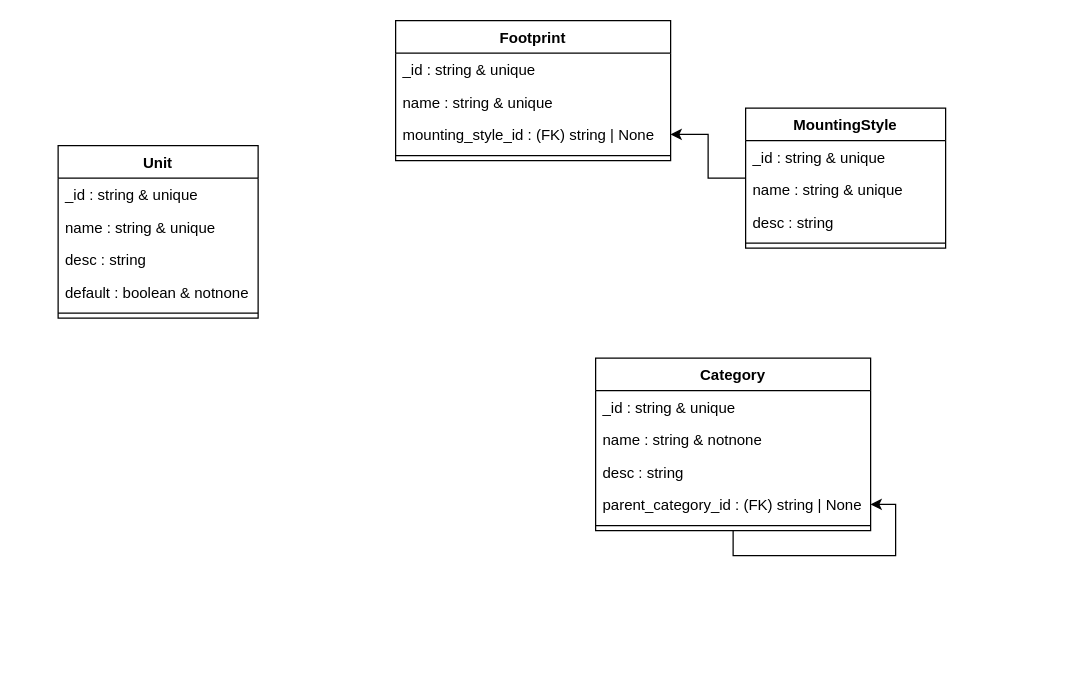
nils-ost/Inventory4Parts keeps this draw.io diagram as docs/elements-classes.drawio. Above is the earlier version. Source tidied: cells renumbered, new cells numbered last; positions are measured from the earlier drawing's top-left corner, leaving out a move shared by most shapes. Both pictures are drawn from the tidied source at 125%, with x=0, y=0 at pixel (58, 20).
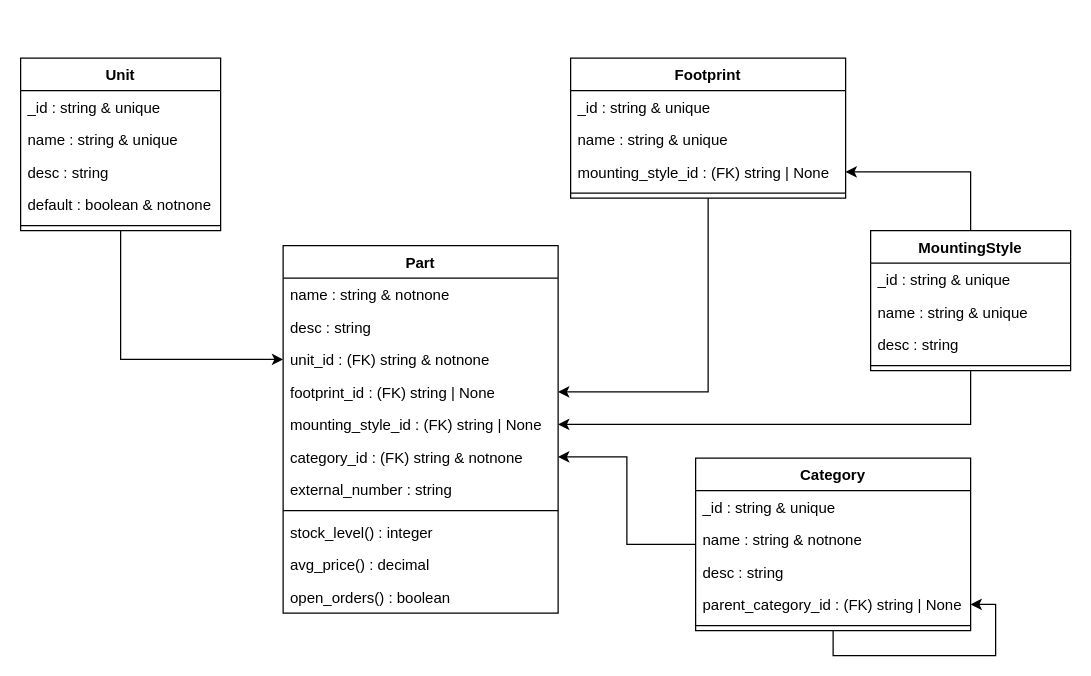
The same diagram, later.

Commit message (it also covers changes not shown here):
started out with Part

Diff of the diagram source:
```diff
@@
+    <mxCell id="26" style="edgeStyle=orthogonalEdgeStyle;rounded=0;jettySize=auto;html=1;" parent="1" edge="1" source="3" target="35">
+      <mxGeometry relative="1" as="geometry" />
+    </mxCell>
     <mxCell id="3" value="MountingStyle" style="swimlane;fontStyle=1;align=center;verticalAlign=top;horizontal=1;startSize=26;" parent="1" vertex="1">
-      <mxGeometry x="550" y="70" width="160" height="112" as="geometry" />
+      <mxGeometry x="650" y="168" width="160" height="112" as="geometry" />
     </mxCell>
@@
+    <mxCell id="27" style="edgeStyle=orthogonalEdgeStyle;rounded=0;jettySize=auto;html=1;" parent="1" edge="1" source="8" target="34">
+      <mxGeometry relative="1" as="geometry" />
+    </mxCell>
     <mxCell id="8" value="Footprint" style="swimlane;fontStyle=1;align=center;verticalAlign=top;horizontal=1;startSize=26;" parent="1" vertex="1">
-      <mxGeometry x="270" width="220" height="112" as="geometry" />
+      <mxGeometry x="410" y="30" width="220" height="112" as="geometry" />
     </mxCell>
@@
+    <mxCell id="28" style="edgeStyle=orthogonalEdgeStyle;rounded=0;jettySize=auto;html=1;" parent="1" edge="1" source="13" target="36">
+      <mxGeometry relative="1" as="geometry" />
+    </mxCell>
     <mxCell id="13" value="Category" style="swimlane;fontStyle=1;align=center;verticalAlign=top;horizontal=1;startSize=26;" parent="1" vertex="1">
-      <mxGeometry x="430" y="270" width="220" height="138" as="geometry" />
+      <mxGeometry x="510" y="350" width="220" height="138" as="geometry" />
     </mxCell>
@@
+    <mxCell id="29" style="edgeStyle=orthogonalEdgeStyle;rounded=0;jettySize=auto;html=1;" parent="1" edge="1" source="20" target="33">
+      <mxGeometry relative="1" as="geometry" />
+    </mxCell>
     <mxCell id="20" value="Unit" style="swimlane;fontStyle=1;align=center;verticalAlign=top;horizontal=1;startSize=26;" parent="1" vertex="1">
-      <mxGeometry y="100" width="160" height="138" as="geometry" />
+      <mxGeometry x="-30" y="30" width="160" height="138" as="geometry" />
     </mxCell>
@@
+    <mxCell id="30" value="Part" style="swimlane;fontStyle=1;align=center;verticalAlign=top;horizontal=1;startSize=26;" parent="1" vertex="1">
+      <mxGeometry x="180" y="180" width="220" height="294" as="geometry" />
+    </mxCell>
+    <mxCell id="31" value="name : string &amp; notnone" style="text;strokeColor=none;fillColor=none;align=left;verticalAlign=top;spacingLeft=4;spacingRight=4;overflow=hidden;" parent="30" vertex="1">
+      <mxGeometry y="26" width="220" height="26" as="geometry" />
+    </mxCell>
+    <mxCell id="32" value="desc : string" style="text;strokeColor=none;fillColor=none;align=left;verticalAlign=top;spacingLeft=4;spacingRight=4;overflow=hidden;" parent="30" vertex="1">
+      <mxGeometry y="52" width="220" height="26" as="geometry" />
+    </mxCell>
+    <mxCell id="33" value="unit_id : (FK) string &amp; notnone" style="text;strokeColor=none;fillColor=none;align=left;verticalAlign=top;spacingLeft=4;spacingRight=4;overflow=hidden;points=[[0,0.5],[1,0.5]];portConstraint=eastwest;" parent="30" vertex="1">
+      <mxGeometry y="78" width="220" height="26" as="geometry" />
+    </mxCell>
+    <mxCell id="34" value="footprint_id : (FK) string | None" style="text;strokeColor=none;fillColor=none;align=left;verticalAlign=top;spacingLeft=4;spacingRight=4;overflow=hidden;points=[[0,0.5],[1,0.5]];portConstraint=eastwest;" parent="30" vertex="1">
+      <mxGeometry y="104" width="220" height="26" as="geometry" />
+    </mxCell>
+    <mxCell id="35" value="mounting_style_id : (FK) string | None" style="text;strokeColor=none;fillColor=none;align=left;verticalAlign=top;spacingLeft=4;spacingRight=4;overflow=hidden;points=[[0,0.5],[1,0.5]];portConstraint=eastwest;" parent="30" vertex="1">
+      <mxGeometry y="130" width="220" height="26" as="geometry" />
+    </mxCell>
+    <mxCell id="36" value="category_id : (FK) string &amp; notnone" style="text;strokeColor=none;fillColor=none;align=left;verticalAlign=top;spacingLeft=4;spacingRight=4;overflow=hidden;points=[[0,0.5],[1,0.5]];portConstraint=eastwest;" parent="30" vertex="1">
+      <mxGeometry y="156" width="220" height="26" as="geometry" />
+    </mxCell>
+    <mxCell id="37" value="external_number : string" style="text;strokeColor=none;fillColor=none;align=left;verticalAlign=top;spacingLeft=4;spacingRight=4;overflow=hidden;" parent="30" vertex="1">
+      <mxGeometry y="182" width="220" height="26" as="geometry" />
+    </mxCell>
+    <mxCell id="38" style="line;strokeWidth=1;fillColor=none;align=left;verticalAlign=middle;spacingTop=-1;spacingLeft=3;spacingRight=3;labelPosition=right;" parent="30" vertex="1">
+      <mxGeometry y="208" width="220" height="8" as="geometry" />
+    </mxCell>
+    <mxCell id="39" value="stock_level() : integer" style="text;strokeColor=none;fillColor=none;align=left;verticalAlign=top;spacingLeft=4;spacingRight=4;overflow=hidden;" parent="30" vertex="1">
+      <mxGeometry y="216" width="220" height="26" as="geometry" />
+    </mxCell>
+    <mxCell id="40" value="avg_price() : decimal" style="text;strokeColor=none;fillColor=none;align=left;verticalAlign=top;spacingLeft=4;spacingRight=4;overflow=hidden;" parent="30" vertex="1">
+      <mxGeometry y="242" width="220" height="26" as="geometry" />
+    </mxCell>
+    <mxCell id="41" value="open_orders() : boolean" style="text;strokeColor=none;fillColor=none;align=left;verticalAlign=top;spacingLeft=4;spacingRight=4;overflow=hidden;" parent="30" vertex="1">
+      <mxGeometry y="268" width="220" height="26" as="geometry" />
+    </mxCell>
```
